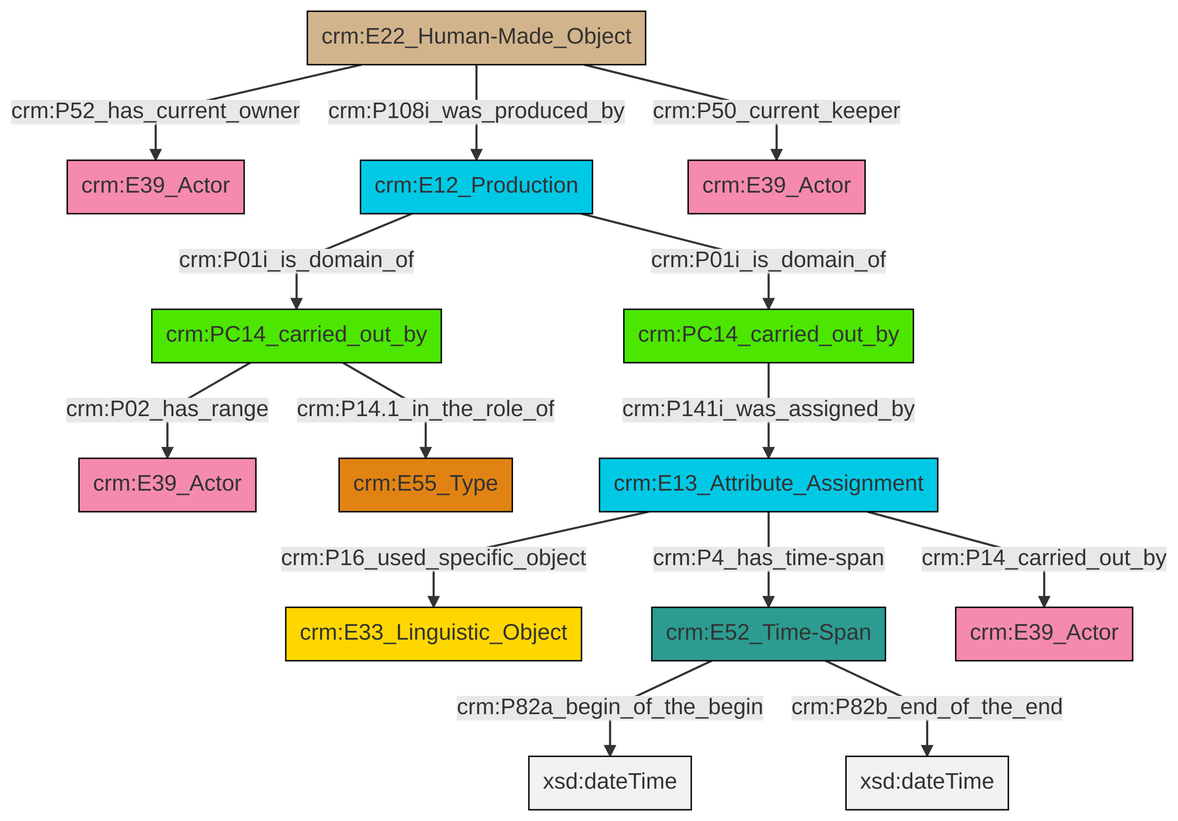
Above: et/carrierCSV/ttl/mmd/png/carrier_relations.png in swiss-art-research-net/docs.swissartresearch (Mermaid), before the change. Its source is kept beside it as et/carrierCSV/ttl/mmd/carrier_relations.ttl.mmd.
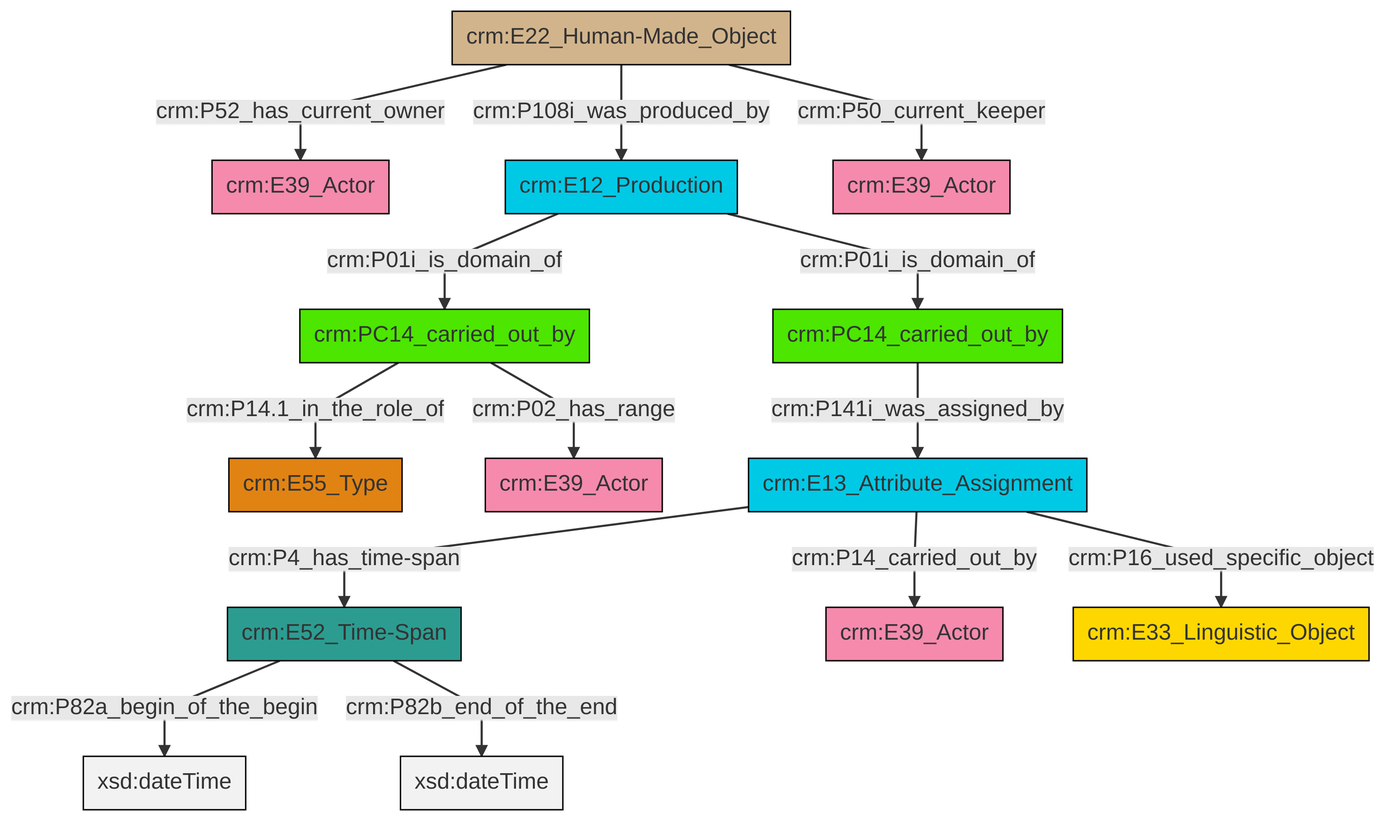
The same diagram one commit later.

What changed in the source:
```diff
@@ -13,16 +13,16 @@
 classDef PC_Classes fill:#4ce600, stroke:#000000;
 classDef Multi fill:#cccccc,stroke:#000000;
 
-0["crm:PC14_carried_out_by"]:::PC_Classes -->|crm:P02_has_range| 2["crm:E39_Actor"]:::Actor
-6["crm:E22_Human-Made_Object"]:::Physical_Thing -->|crm:P52_has_current_owner| 7["crm:E39_Actor"]:::Actor
-8["crm:E13_Attribute_Assignment"]:::Temporal_Entity -->|crm:P16_used_specific_object| 9["crm:E33_Linguistic_Object"]:::Conceptual_Object
-10["crm:E12_Production"]:::Temporal_Entity -->|crm:P01i_is_domain_of| 0["crm:PC14_carried_out_by"]:::PC_Classes
-13["crm:PC14_carried_out_by"]:::PC_Classes -->|crm:P141i_was_assigned_by| 8["crm:E13_Attribute_Assignment"]:::Temporal_Entity
-6["crm:E22_Human-Made_Object"]:::Physical_Thing -->|crm:P108i_was_produced_by| 10["crm:E12_Production"]:::Temporal_Entity
-8["crm:E13_Attribute_Assignment"]:::Temporal_Entity -->|crm:P4_has_time-span| 11["crm:E52_Time-Span"]:::Time-Span
-0["crm:PC14_carried_out_by"]:::PC_Classes -->|crm:P14.1_in_the_role_of| 19["crm:E55_Type"]:::Type
-8["crm:E13_Attribute_Assignment"]:::Temporal_Entity -->|crm:P14_carried_out_by| 4["crm:E39_Actor"]:::Actor
-11["crm:E52_Time-Span"]:::Time-Span -->|crm:P82a_begin_of_the_begin| 21[xsd:dateTime]:::Literal
-11["crm:E52_Time-Span"]:::Time-Span -->|crm:P82b_end_of_the_end| 22[xsd:dateTime]:::Literal
-10["crm:E12_Production"]:::Temporal_Entity -->|crm:P01i_is_domain_of| 13["crm:PC14_carried_out_by"]:::PC_Classes
-6["crm:E22_Human-Made_Object"]:::Physical_Thing -->|crm:P50_current_keeper| 14["crm:E39_Actor"]:::Actor
+0["crm:E52_Time-Span"]:::Time-Span -->|crm:P82a_begin_of_the_begin| 1[xsd:dateTime]:::Literal
+4["crm:PC14_carried_out_by"]:::PC_Classes -->|crm:P141i_was_assigned_by| 5["crm:E13_Attribute_Assignment"]:::Temporal_Entity
+9["crm:E22_Human-Made_Object"]:::Physical_Thing -->|crm:P52_has_current_owner| 10["crm:E39_Actor"]:::Actor
+5["crm:E13_Attribute_Assignment"]:::Temporal_Entity -->|crm:P4_has_time-span| 0["crm:E52_Time-Span"]:::Time-Span
+5["crm:E13_Attribute_Assignment"]:::Temporal_Entity -->|crm:P14_carried_out_by| 11["crm:E39_Actor"]:::Actor
+9["crm:E22_Human-Made_Object"]:::Physical_Thing -->|crm:P108i_was_produced_by| 15["crm:E12_Production"]:::Temporal_Entity
+17["crm:PC14_carried_out_by"]:::PC_Classes -->|crm:P14.1_in_the_role_of| 6["crm:E55_Type"]:::Type
+17["crm:PC14_carried_out_by"]:::PC_Classes -->|crm:P02_has_range| 2["crm:E39_Actor"]:::Actor
+15["crm:E12_Production"]:::Temporal_Entity -->|crm:P01i_is_domain_of| 17["crm:PC14_carried_out_by"]:::PC_Classes
+9["crm:E22_Human-Made_Object"]:::Physical_Thing -->|crm:P50_current_keeper| 22["crm:E39_Actor"]:::Actor
+15["crm:E12_Production"]:::Temporal_Entity -->|crm:P01i_is_domain_of| 4["crm:PC14_carried_out_by"]:::PC_Classes
+5["crm:E13_Attribute_Assignment"]:::Temporal_Entity -->|crm:P16_used_specific_object| 13["crm:E33_Linguistic_Object"]:::Conceptual_Object
+0["crm:E52_Time-Span"]:::Time-Span -->|crm:P82b_end_of_the_end| 23[xsd:dateTime]:::Literal
```
